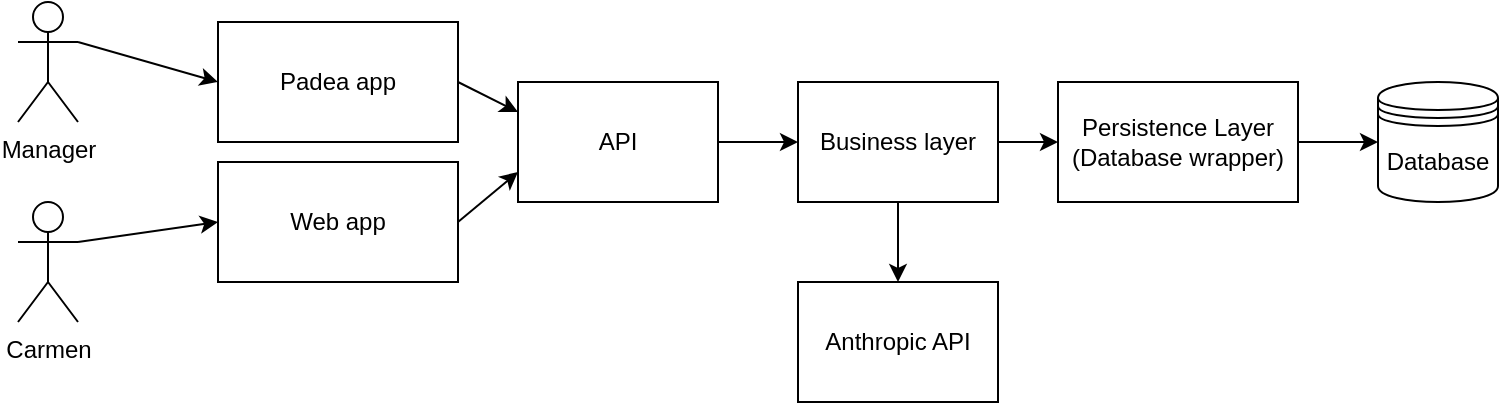
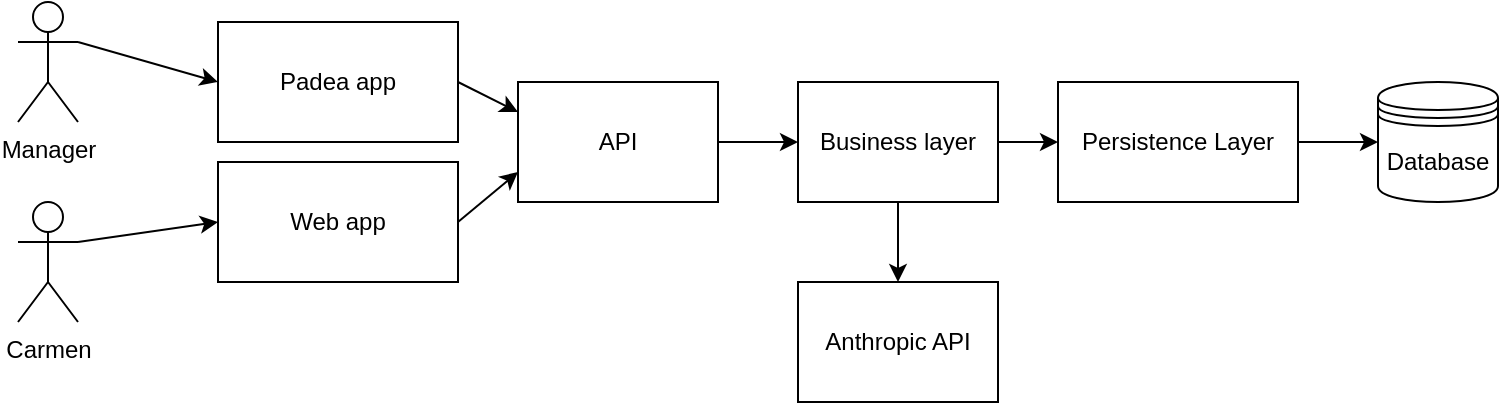
<mxfile host="65bd71144e">
    <diagram id="FsWGDDxWJfLhRA2eTXPo" name="Page-1">
-         <mxGraphModel dx="1342" dy="335" grid="1" gridSize="10" guides="1" tooltips="1" connect="1" arrows="1" fold="1" page="1" pageScale="1" pageWidth="850" pageHeight="1100" math="0" shadow="0">
+         <mxGraphModel dx="1744" dy="489" grid="1" gridSize="10" guides="1" tooltips="1" connect="1" arrows="1" fold="1" page="1" pageScale="1" pageWidth="850" pageHeight="1100" math="0" shadow="0">
            <root>
                <mxCell id="0"/>
                <mxCell id="1" parent="0"/>
                <mxCell id="3" value="Database" style="shape=datastore;whiteSpace=wrap;html=1;" vertex="1" parent="1">
                    <mxGeometry x="550" y="280" width="60" height="60" as="geometry"/>
                </mxCell>
                <mxCell id="23" style="edgeStyle=none;html=1;exitX=1;exitY=0.5;exitDx=0;exitDy=0;entryX=0;entryY=0.5;entryDx=0;entryDy=0;" edge="1" parent="1" source="4" target="3">
                    <mxGeometry relative="1" as="geometry"/>
                </mxCell>
-                 <mxCell id="4" value="Persistence Layer&lt;div&gt;(Database wrapper)&lt;/div&gt;" style="rounded=0;whiteSpace=wrap;html=1;" vertex="1" parent="1">
+                 <mxCell id="4" value="Persistence Layer" style="rounded=0;whiteSpace=wrap;html=1;" vertex="1" parent="1">
                    <mxGeometry x="390" y="280" width="120" height="60" as="geometry"/>
                </mxCell>
                <mxCell id="37" style="edgeStyle=none;html=1;exitX=1;exitY=0.5;exitDx=0;exitDy=0;entryX=0;entryY=0.5;entryDx=0;entryDy=0;" edge="1" parent="1" source="12" target="36">
                    <mxGeometry relative="1" as="geometry"/>
                </mxCell>
                <mxCell id="12" value="API" style="rounded=0;whiteSpace=wrap;html=1;" vertex="1" parent="1">
                    <mxGeometry x="120" y="280" width="100" height="60" as="geometry"/>
                </mxCell>
                <mxCell id="35" style="edgeStyle=none;html=1;exitX=1;exitY=0.5;exitDx=0;exitDy=0;entryX=0;entryY=0.25;entryDx=0;entryDy=0;" edge="1" parent="1" source="18" target="12">
                    <mxGeometry relative="1" as="geometry"/>
                </mxCell>
                <mxCell id="18" value="Padea app" style="rounded=0;whiteSpace=wrap;html=1;" vertex="1" parent="1">
                    <mxGeometry x="-30" y="250" width="120" height="60" as="geometry"/>
                </mxCell>
                <mxCell id="20" style="edgeStyle=none;html=1;exitX=1;exitY=0.5;exitDx=0;exitDy=0;entryX=0;entryY=0.75;entryDx=0;entryDy=0;" edge="1" parent="1" source="19" target="12">
                    <mxGeometry relative="1" as="geometry"/>
                </mxCell>
                <mxCell id="19" value="Web app" style="rounded=0;whiteSpace=wrap;html=1;" vertex="1" parent="1">
                    <mxGeometry x="-30" y="320" width="120" height="60" as="geometry"/>
                </mxCell>
                <mxCell id="29" style="edgeStyle=none;html=1;entryX=0;entryY=0.5;entryDx=0;entryDy=0;exitX=1;exitY=0.3333333333333333;exitDx=0;exitDy=0;exitPerimeter=0;" edge="1" parent="1" source="28" target="19">
                    <mxGeometry relative="1" as="geometry">
                        <mxPoint x="-90" y="350" as="sourcePoint"/>
                    </mxGeometry>
                </mxCell>
                <mxCell id="28" value="Carmen" style="shape=umlActor;verticalLabelPosition=bottom;verticalAlign=top;html=1;outlineConnect=0;" vertex="1" parent="1">
                    <mxGeometry x="-130" y="340" width="30" height="60" as="geometry"/>
                </mxCell>
                <mxCell id="34" style="edgeStyle=none;html=1;exitX=1;exitY=0.3333333333333333;exitDx=0;exitDy=0;exitPerimeter=0;entryX=0;entryY=0.5;entryDx=0;entryDy=0;" edge="1" parent="1" source="32" target="18">
                    <mxGeometry relative="1" as="geometry"/>
                </mxCell>
                <mxCell id="32" value="Manager" style="shape=umlActor;verticalLabelPosition=bottom;verticalAlign=top;html=1;outlineConnect=0;" vertex="1" parent="1">
                    <mxGeometry x="-130" y="240" width="30" height="60" as="geometry"/>
                </mxCell>
                <mxCell id="38" style="edgeStyle=none;html=1;exitX=1;exitY=0.5;exitDx=0;exitDy=0;entryX=0;entryY=0.5;entryDx=0;entryDy=0;" edge="1" parent="1" source="36" target="4">
                    <mxGeometry relative="1" as="geometry"/>
                </mxCell>
                <mxCell id="41" style="edgeStyle=none;html=1;exitX=0.5;exitY=1;exitDx=0;exitDy=0;entryX=0.5;entryY=0;entryDx=0;entryDy=0;" edge="1" parent="1" source="36" target="39">
                    <mxGeometry relative="1" as="geometry"/>
                </mxCell>
                <mxCell id="36" value="Business layer" style="rounded=0;whiteSpace=wrap;html=1;" vertex="1" parent="1">
                    <mxGeometry x="260" y="280" width="100" height="60" as="geometry"/>
                </mxCell>
                <mxCell id="39" value="Anthropic API" style="rounded=0;whiteSpace=wrap;html=1;" vertex="1" parent="1">
                    <mxGeometry x="260" y="380" width="100" height="60" as="geometry"/>
                </mxCell>
            </root>
        </mxGraphModel>
    </diagram>
</mxfile>